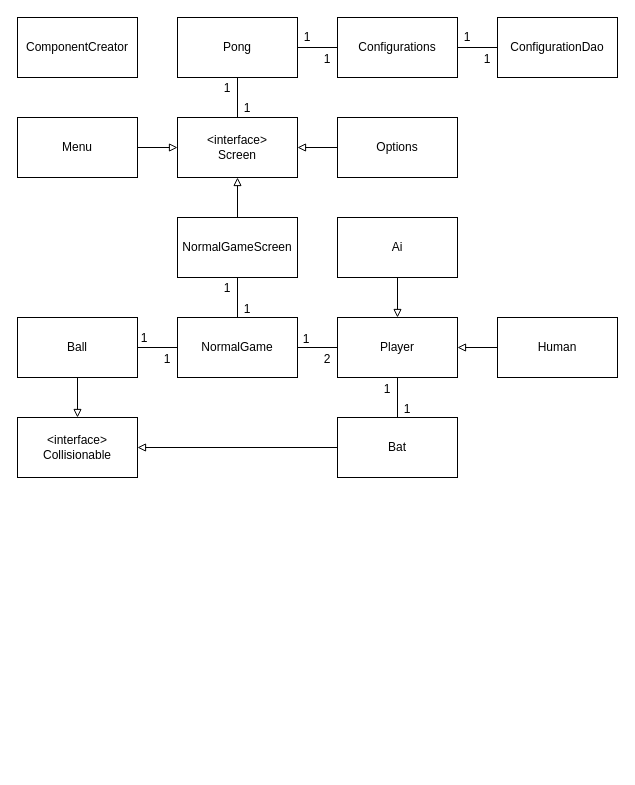
The draw.io diagram dokumentaatio/luokkakaavio.drawio in Jeeses313/ot-harjoitustyo, before the edit. Source tidied: cells renumbered, new cells numbered last; positions are measured from the earlier drawing's top-left corner, leaving out a move shared by most shapes. Both pictures are drawn from the tidied source at 100%, with x=0, y=0 at pixel (17, 17).
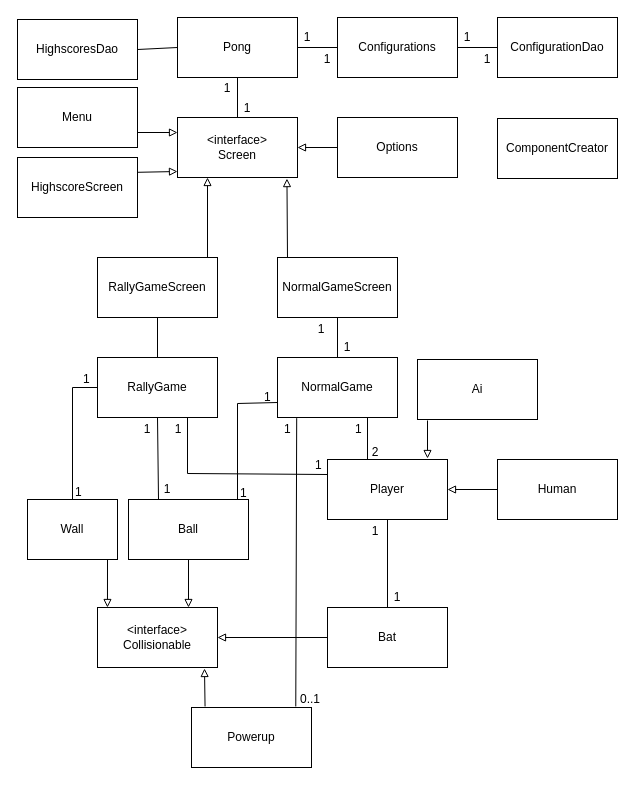
After the change.

The change refers to these unchanged cells:
```xml
<mxCell id="2" value="Pong" style="rounded=0;whiteSpace=wrap;html=1;" parent="1" vertex="1">
  <mxGeometry x="160" width="120" height="60" as="geometry" />
</mxCell>
<mxCell id="3" value="&amp;lt;interface&amp;gt;&lt;br&gt;&lt;div&gt;Screen&lt;/div&gt;" style="rounded=0;whiteSpace=wrap;html=1;" parent="1" vertex="1">
  <mxGeometry x="160" y="100" width="120" height="60" as="geometry" />
</mxCell>
```

Diff of the diagram source:
```diff
@@
     <mxCell id="4" value="NormalGameScreen" style="rounded=0;whiteSpace=wrap;html=1;" parent="1" vertex="1">
-      <mxGeometry x="160" y="200" width="120" height="60" as="geometry" />
+      <mxGeometry x="260" y="240" width="120" height="60" as="geometry" />
     </mxCell>
     <mxCell id="5" value="NormalGame" style="rounded=0;whiteSpace=wrap;html=1;" parent="1" vertex="1">
-      <mxGeometry x="160" y="300" width="120" height="60" as="geometry" />
+      <mxGeometry x="260" y="340" width="120" height="60" as="geometry" />
     </mxCell>
     <mxCell id="6" value="Player" style="rounded=0;whiteSpace=wrap;html=1;" parent="1" vertex="1">
-      <mxGeometry x="320" y="300" width="120" height="60" as="geometry" />
+      <mxGeometry x="310" y="442" width="120" height="60" as="geometry" />
     </mxCell>
     <mxCell id="7" value="Menu" style="rounded=0;whiteSpace=wrap;html=1;" parent="1" vertex="1">
-      <mxGeometry y="100" width="120" height="60" as="geometry" />
+      <mxGeometry y="70" width="120" height="60" as="geometry" />
     </mxCell>
@@
     <mxCell id="9" value="Ball" style="rounded=0;whiteSpace=wrap;html=1;" parent="1" vertex="1">
-      <mxGeometry y="300" width="120" height="60" as="geometry" />
+      <mxGeometry x="111" y="482" width="120" height="60" as="geometry" />
     </mxCell>
     <mxCell id="10" value="Bat" style="rounded=0;whiteSpace=wrap;html=1;" parent="1" vertex="1">
-      <mxGeometry x="320" y="400" width="120" height="60" as="geometry" />
+      <mxGeometry x="310" y="590" width="120" height="60" as="geometry" />
     </mxCell>
     <mxCell id="11" value="&lt;div&gt;&amp;lt;interface&amp;gt;&lt;/div&gt;&lt;div&gt;Collisionable&lt;br&gt;&lt;/div&gt;" style="rounded=0;whiteSpace=wrap;html=1;" parent="1" vertex="1">
-      <mxGeometry y="400" width="120" height="60" as="geometry" />
+      <mxGeometry x="80" y="590" width="120" height="60" as="geometry" />
     </mxCell>
     <mxCell id="12" value="Human" style="rounded=0;whiteSpace=wrap;html=1;" parent="1" vertex="1">
-      <mxGeometry x="480" y="300" width="120" height="60" as="geometry" />
+      <mxGeometry x="480" y="442" width="120" height="60" as="geometry" />
     </mxCell>
     <mxCell id="13" value="Ai" style="rounded=0;whiteSpace=wrap;html=1;" parent="1" vertex="1">
-      <mxGeometry x="320" y="200" width="120" height="60" as="geometry" />
+      <mxGeometry x="400" y="342" width="120" height="60" as="geometry" />
     </mxCell>
@@
     <mxCell id="16" value="ComponentCreator" style="rounded=0;whiteSpace=wrap;html=1;" parent="1" vertex="1">
-      <mxGeometry width="120" height="60" as="geometry" />
+      <mxGeometry x="480" y="101" width="120" height="60" as="geometry" />
     </mxCell>
@@
-    <mxCell id="21" style="endArrow=none;html=1;entryX=1;entryY=0.5;entryDx=0;entryDy=0;exitX=0;exitY=0.5;exitDx=0;exitDy=0;" parent="1" edge="1" source="5" target="9">
+    <mxCell id="21" style="endArrow=none;html=1;exitX=0.5;exitY=1;exitDx=0;exitDy=0;entryX=0.25;entryY=0;entryDx=0;entryDy=0;" parent="1" edge="1" source="51" target="9">
       <mxGeometry relative="1" as="geometry" />
     </mxCell>
-    <mxCell id="22" style="endArrow=none;html=1;entryX=0;entryY=0.5;entryDx=0;entryDy=0;exitX=1;exitY=0.5;exitDx=0;exitDy=0;" parent="1" edge="1" source="5" target="6">
-      <mxGeometry relative="1" as="geometry" />
+    <mxCell id="22" style="endArrow=none;html=1;exitX=0.75;exitY=1;exitDx=0;exitDy=0;" parent="1" edge="1" source="51">
+      <mxGeometry relative="1" as="geometry">
+        <mxPoint x="170" y="456" as="targetPoint" />
+      </mxGeometry>
     </mxCell>
@@
-    <mxCell id="24" style="endArrow=block;html=1;endFill=0;entryX=0;entryY=0.5;entryDx=0;entryDy=0;exitX=1;exitY=0.5;exitDx=0;exitDy=0;" parent="1" edge="1" source="7" target="3">
+    <mxCell id="24" style="endArrow=block;html=1;endFill=0;exitX=1;exitY=0.75;exitDx=0;exitDy=0;entryX=0;entryY=0.25;entryDx=0;entryDy=0;" parent="1" edge="1" source="7" target="3">
       <mxGeometry relative="1" as="geometry" />
     </mxCell>
-    <mxCell id="25" style="endArrow=block;html=1;endFill=0;entryX=0.5;entryY=1;entryDx=0;entryDy=0;exitX=0.5;exitY=0;exitDx=0;exitDy=0;" parent="1" edge="1" source="4" target="3">
-      <mxGeometry relative="1" as="geometry" />
+    <mxCell id="25" style="endArrow=block;html=1;endFill=0;entryX=0.912;entryY=1.018;entryDx=0;entryDy=0;entryPerimeter=0;" parent="1" edge="1" target="3">
+      <mxGeometry relative="1" as="geometry">
+        <mxPoint x="270" y="240" as="sourcePoint" />
+      </mxGeometry>
     </mxCell>
-    <mxCell id="26" style="endArrow=block;html=1;endFill=0;entryX=0.5;entryY=0;entryDx=0;entryDy=0;exitX=0.5;exitY=1;exitDx=0;exitDy=0;" parent="1" edge="1" source="9" target="11">
-      <mxGeometry relative="1" as="geometry" />
+    <mxCell id="26" style="endArrow=block;html=1;endFill=0;exitX=0.5;exitY=1;exitDx=0;exitDy=0;" parent="1" edge="1" source="9">
+      <mxGeometry relative="1" as="geometry">
+        <mxPoint x="171" y="590" as="targetPoint" />
+      </mxGeometry>
     </mxCell>
@@
     <mxCell id="30" value="1" style="text;html=1;strokeColor=none;fillColor=none;align=center;verticalAlign=middle;whiteSpace=wrap;rounded=0;" parent="1" vertex="1">
-      <mxGeometry x="380" y="382" width="20" height="20" as="geometry" />
+      <mxGeometry x="370" y="570" width="20" height="20" as="geometry" />
     </mxCell>
     <mxCell id="31" value="1" style="text;html=1;strokeColor=none;fillColor=none;align=center;verticalAlign=middle;whiteSpace=wrap;rounded=0;" parent="1" vertex="1">
-      <mxGeometry x="140" y="332" width="20" height="20" as="geometry" />
+      <mxGeometry x="140" y="462" width="20" height="20" as="geometry" />
     </mxCell>
     <mxCell id="32" value="1" style="text;html=1;strokeColor=none;fillColor=none;align=center;verticalAlign=middle;whiteSpace=wrap;rounded=0;" parent="1" vertex="1">
-      <mxGeometry x="117" y="311" width="20" height="20" as="geometry" />
+      <mxGeometry x="120" y="402" width="20" height="20" as="geometry" />
     </mxCell>
@@
     <mxCell id="37" value="2" style="text;html=1;strokeColor=none;fillColor=none;align=center;verticalAlign=middle;whiteSpace=wrap;rounded=0;" parent="1" vertex="1">
-      <mxGeometry x="300" y="332" width="20" height="20" as="geometry" />
+      <mxGeometry x="348" y="425" width="20" height="20" as="geometry" />
     </mxCell>
-    <mxCell id="38" style="endArrow=block;html=1;endFill=0;entryX=0.5;entryY=0;entryDx=0;entryDy=0;exitX=0.5;exitY=1;exitDx=0;exitDy=0;" parent="1" edge="1" source="13" target="6">
-      <mxGeometry relative="1" as="geometry" />
+    <mxCell id="38" style="endArrow=block;html=1;endFill=0;" parent="1" edge="1">
+      <mxGeometry relative="1" as="geometry">
+        <mxPoint x="410" y="403" as="sourcePoint" />
+        <mxPoint x="410" y="441" as="targetPoint" />
+      </mxGeometry>
     </mxCell>
     <mxCell id="39" value="1" style="text;html=1;strokeColor=none;fillColor=none;align=center;verticalAlign=middle;whiteSpace=wrap;rounded=0;" parent="1" vertex="1">
-      <mxGeometry x="360" y="362" width="20" height="20" as="geometry" />
+      <mxGeometry x="348" y="504" width="20" height="20" as="geometry" />
     </mxCell>
     <mxCell id="40" value="1" style="text;html=1;strokeColor=none;fillColor=none;align=center;verticalAlign=middle;whiteSpace=wrap;rounded=0;" parent="1" vertex="1">
-      <mxGeometry x="279" y="312" width="20" height="20" as="geometry" />
+      <mxGeometry x="151" y="402" width="20" height="20" as="geometry" />
     </mxCell>
@@
     <mxCell id="43" value="1" style="text;html=1;strokeColor=none;fillColor=none;align=center;verticalAlign=middle;whiteSpace=wrap;rounded=0;" parent="1" vertex="1">
-      <mxGeometry x="200" y="261" width="20" height="20" as="geometry" />
+      <mxGeometry x="294" y="302" width="20" height="20" as="geometry" />
     </mxCell>
     <mxCell id="44" value="1" style="text;html=1;strokeColor=none;fillColor=none;align=center;verticalAlign=middle;whiteSpace=wrap;rounded=0;" parent="1" vertex="1">
-      <mxGeometry x="220" y="282" width="20" height="20" as="geometry" />
+      <mxGeometry x="320" y="320" width="20" height="20" as="geometry" />
     </mxCell>
+    <mxCell id="45" value="HighscoresDao" style="rounded=0;whiteSpace=wrap;html=1;" parent="1" vertex="1">
+      <mxGeometry y="2" width="120" height="60" as="geometry" />
+    </mxCell>
+    <mxCell id="46" style="endArrow=none;html=1;entryX=0;entryY=0.5;entryDx=0;entryDy=0;exitX=1;exitY=0.5;exitDx=0;exitDy=0;" parent="1" edge="1" source="45" target="2">
+      <mxGeometry relative="1" as="geometry" />
+    </mxCell>
+    <mxCell id="47" value="HighscoreScreen" style="rounded=0;whiteSpace=wrap;html=1;" parent="1" vertex="1">
+      <mxGeometry y="140" width="120" height="60" as="geometry" />
+    </mxCell>
+    <mxCell id="48" style="endArrow=none;html=1;startArrow=block;startFill=0;exitX=0;exitY=0.9;exitDx=0;exitDy=0;entryX=1;entryY=0.25;entryDx=0;entryDy=0;exitPerimeter=0;" parent="1" edge="1" source="3">
+      <mxGeometry relative="1" as="geometry">
+        <mxPoint x="120" y="154.8" as="targetPoint" />
+      </mxGeometry>
+    </mxCell>
+    <mxCell id="49" value="RallyGameScreen" style="rounded=0;whiteSpace=wrap;html=1;" parent="1" vertex="1">
+      <mxGeometry x="80" y="240" width="120" height="60" as="geometry" />
+    </mxCell>
+    <mxCell id="50" style="endArrow=block;html=1;endFill=0;entryX=0.25;entryY=1;entryDx=0;entryDy=0;" parent="1" edge="1" target="3">
+      <mxGeometry relative="1" as="geometry">
+        <mxPoint x="190" y="240" as="sourcePoint" />
+      </mxGeometry>
+    </mxCell>
+    <mxCell id="51" value="RallyGame" style="rounded=0;whiteSpace=wrap;html=1;" parent="1" vertex="1">
+      <mxGeometry x="80" y="340" width="120" height="60" as="geometry" />
+    </mxCell>
+    <mxCell id="52" style="endArrow=none;html=1;entryX=0.5;entryY=1;entryDx=0;entryDy=0;exitX=0.5;exitY=0;exitDx=0;exitDy=0;" parent="1" edge="1" source="51" target="49">
+      <mxGeometry relative="1" as="geometry" />
+    </mxCell>
+    <mxCell id="53" value="Wall" style="rounded=0;whiteSpace=wrap;html=1;" parent="1" vertex="1">
+      <mxGeometry x="10" y="482" width="90" height="60" as="geometry" />
+    </mxCell>
+    <mxCell id="54" value="Powerup" style="rounded=0;whiteSpace=wrap;html=1;" parent="1" vertex="1">
+      <mxGeometry x="174" y="690" width="120" height="60" as="geometry" />
+    </mxCell>
+    <mxCell id="55" style="endArrow=none;html=1;entryX=0;entryY=0.5;entryDx=0;entryDy=0;" parent="1" edge="1" target="51">
+      <mxGeometry relative="1" as="geometry">
+        <mxPoint x="55" y="370" as="sourcePoint" />
+      </mxGeometry>
+    </mxCell>
+    <mxCell id="56" style="endArrow=none;html=1;entryX=0.5;entryY=0;entryDx=0;entryDy=0;" parent="1" edge="1" target="53">
+      <mxGeometry relative="1" as="geometry">
+        <mxPoint x="55" y="370" as="sourcePoint" />
+      </mxGeometry>
+    </mxCell>
+    <mxCell id="57" style="endArrow=none;html=1;entryX=0;entryY=0.25;entryDx=0;entryDy=0;" parent="1" edge="1" target="6">
+      <mxGeometry relative="1" as="geometry">
+        <mxPoint x="170" y="456" as="sourcePoint" />
+      </mxGeometry>
+    </mxCell>
+    <mxCell id="58" style="endArrow=none;html=1;entryX=0.75;entryY=1;entryDx=0;entryDy=0;" parent="1" edge="1" target="5">
+      <mxGeometry relative="1" as="geometry">
+        <mxPoint x="350" y="442" as="sourcePoint" />
+      </mxGeometry>
+    </mxCell>
+    <mxCell id="59" value="1" style="text;html=1;align=left;verticalAlign=top;spacingTop=-4;" parent="1" vertex="1">
+      <mxGeometry x="336" y="402" width="20" height="20" as="geometry" />
+    </mxCell>
+    <mxCell id="60" style="endArrow=block;html=1;endFill=0;exitX=0.113;exitY=-0.017;exitDx=0;exitDy=0;exitPerimeter=0;" parent="1" edge="1" source="54">
+      <mxGeometry relative="1" as="geometry">
+        <mxPoint x="187" y="651" as="targetPoint" />
+      </mxGeometry>
+    </mxCell>
+    <mxCell id="61" style="endArrow=none;html=1;entryX=0.16;entryY=1.011;entryDx=0;entryDy=0;exitX=0.869;exitY=-0.017;exitDx=0;exitDy=0;exitPerimeter=0;entryPerimeter=0;" parent="1" edge="1" source="54" target="5">
+      <mxGeometry relative="1" as="geometry" />
+    </mxCell>
+    <mxCell id="62" value="1" style="text;html=1;align=left;verticalAlign=top;spacingTop=-4;" parent="1" vertex="1">
+      <mxGeometry x="265" y="402" width="20" height="20" as="geometry" />
+    </mxCell>
+    <mxCell id="63" value="0..1" style="text;html=1;align=left;verticalAlign=top;spacingTop=-4;" parent="1" vertex="1">
+      <mxGeometry x="281" y="672" width="30" height="20" as="geometry" />
+    </mxCell>
+    <mxCell id="64" style="endArrow=block;html=1;endFill=0;entryX=0.083;entryY=0;entryDx=0;entryDy=0;entryPerimeter=0;" parent="1" edge="1" target="11">
+      <mxGeometry relative="1" as="geometry">
+        <mxPoint x="90" y="542" as="sourcePoint" />
+      </mxGeometry>
+    </mxCell>
+    <mxCell id="65" value="1" style="text;html=1;align=left;verticalAlign=top;spacingTop=-4;" parent="1" vertex="1">
+      <mxGeometry x="64" y="352" width="20" height="20" as="geometry" />
+    </mxCell>
+    <mxCell id="66" value="1" style="text;html=1;align=left;verticalAlign=top;spacingTop=-4;" parent="1" vertex="1">
+      <mxGeometry x="56" y="465" width="20" height="20" as="geometry" />
+    </mxCell>
+    <mxCell id="67" style="endArrow=none;html=1;entryX=0;entryY=0.75;entryDx=0;entryDy=0;" parent="1" edge="1" target="5">
+      <mxGeometry relative="1" as="geometry">
+        <mxPoint x="220" y="386" as="sourcePoint" />
+      </mxGeometry>
+    </mxCell>
+    <mxCell id="68" style="endArrow=none;html=1;" parent="1" edge="1">
+      <mxGeometry relative="1" as="geometry">
+        <mxPoint x="220" y="386" as="sourcePoint" />
+        <mxPoint x="220" y="482" as="targetPoint" />
+      </mxGeometry>
+    </mxCell>
+    <mxCell id="69" value="1" style="text;html=1;align=left;verticalAlign=top;spacingTop=-4;" parent="1" vertex="1">
+      <mxGeometry x="245" y="370" width="20" height="20" as="geometry" />
+    </mxCell>
+    <mxCell id="70" value="1" style="text;html=1;align=left;verticalAlign=top;spacingTop=-4;" parent="1" vertex="1">
+      <mxGeometry x="221" y="466" width="20" height="20" as="geometry" />
+    </mxCell>
+    <mxCell id="71" value="1" style="text;html=1;align=left;verticalAlign=top;spacingTop=-4;" parent="1" vertex="1">
+      <mxGeometry x="296" y="438" width="20" height="20" as="geometry" />
+    </mxCell>
```
